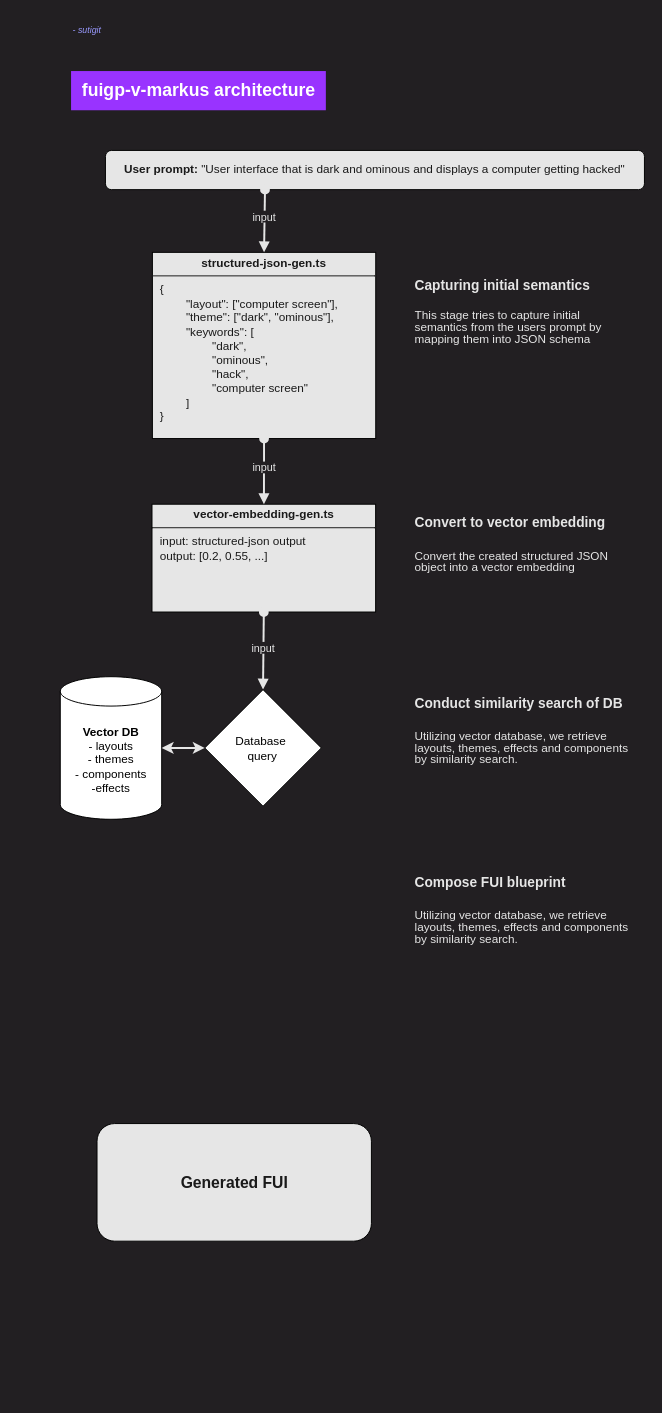
Before: fuigp-architectures/fuigp-v-markus.drawio in sutigit/gen-ai-fui-diagrams, a draw.io diagram. Source tidied: cells renumbered, new cells numbered last; positions are measured from the earlier drawing's top-left corner, leaving out a move shared by most shapes. Both pictures are drawn from the tidied source at 98%, with x=0, y=0 at pixel (60, 17).
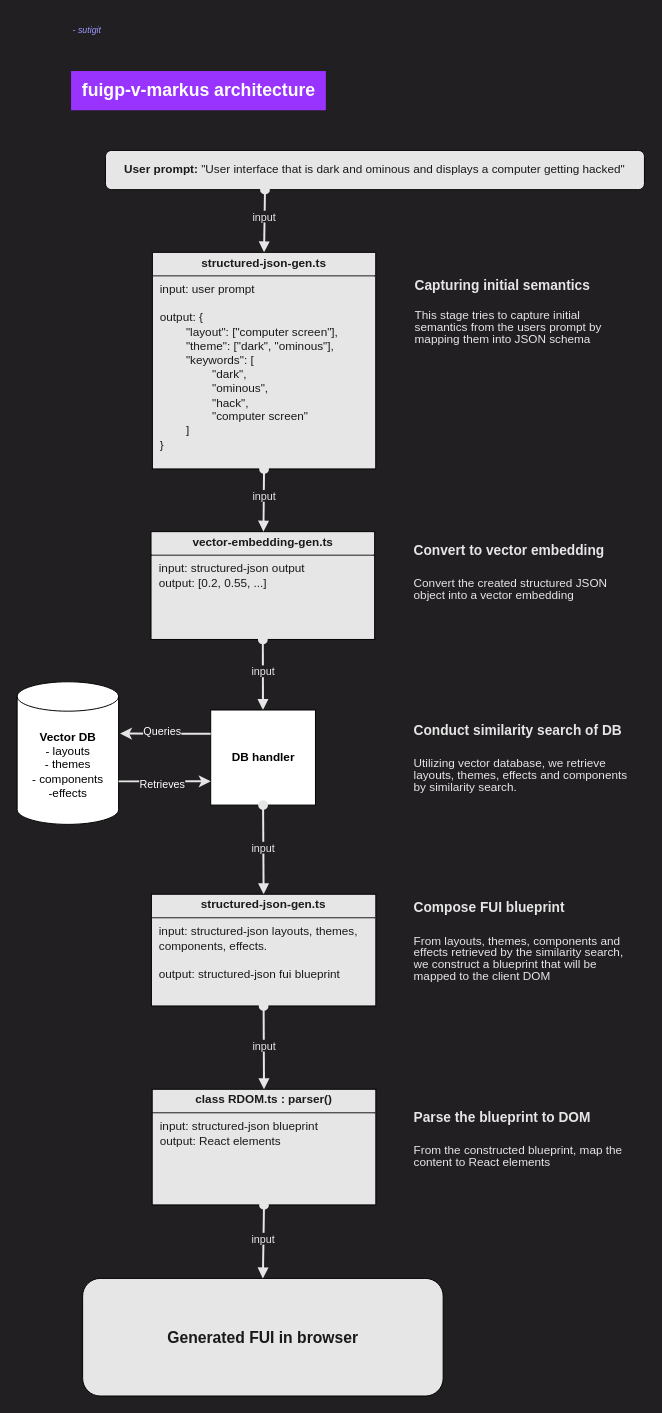
The same diagram, later.

Diff of the diagram source:
```diff
@@
     <mxCell id="2" value="&lt;b&gt;Vector DB&lt;/b&gt;&lt;div&gt;- layouts&lt;/div&gt;&lt;div&gt;- themes&lt;/div&gt;&lt;div&gt;- components&lt;/div&gt;&lt;div&gt;-effects&lt;/div&gt;" style="shape=cylinder3;whiteSpace=wrap;html=1;boundedLbl=1;backgroundOutline=1;size=15;" parent="1" vertex="1">
-      <mxGeometry y="673" width="103.5" height="145.5" as="geometry" />
+      <mxGeometry x="-44" y="678.2" width="103.5" height="145.5" as="geometry" />
     </mxCell>
@@
-    <mxCell id="4" value="&lt;font style=&quot;font-size: 16px;&quot;&gt;&lt;b&gt;Generated FUI&lt;/b&gt;&lt;/font&gt;" style="rounded=1;whiteSpace=wrap;html=1;fontSize=12;glass=0;strokeWidth=1;shadow=0;fillStyle=solid;fillColor=#E6E6E6;fontColor=#1A1A1A;" parent="1" vertex="1">
-      <mxGeometry x="37.5" y="1129" width="280" height="120" as="geometry" />
+    <mxCell id="4" value="&lt;font style=&quot;font-size: 16px;&quot;&gt;&lt;b&gt;Generated FUI in browser&lt;/b&gt;&lt;/font&gt;" style="rounded=1;whiteSpace=wrap;html=1;fontSize=12;glass=0;strokeWidth=1;shadow=0;fillStyle=solid;fillColor=#E6E6E6;fontColor=#1A1A1A;" parent="1" vertex="1">
+      <mxGeometry x="22.8" y="1287" width="367.9" height="120" as="geometry" />
     </mxCell>
@@
-    <mxCell id="7" value="&lt;p style=&quot;margin: 4px 0px 0px; text-align: center;&quot;&gt;&lt;b style=&quot;&quot;&gt;structured-json-gen.ts&lt;/b&gt;&lt;/p&gt;&lt;hr size=&quot;1&quot; style=&quot;border-style:solid;&quot;&gt;&lt;p style=&quot;margin:0px;margin-left:8px;&quot;&gt;{&lt;/p&gt;&lt;p style=&quot;margin:0px;margin-left:8px;&quot;&gt;&lt;span style=&quot;white-space: pre;&quot;&gt;&#9;&lt;/span&gt;&quot;layout&quot;: [&quot;computer screen&quot;],&lt;br&gt;&lt;/p&gt;&lt;p style=&quot;margin:0px;margin-left:8px;&quot;&gt;&lt;span style=&quot;white-space: pre;&quot;&gt;&#9;&lt;/span&gt;&quot;theme&quot;: [&quot;dark&quot;, &quot;ominous&quot;],&lt;br&gt;&lt;/p&gt;&lt;p style=&quot;margin:0px;margin-left:8px;&quot;&gt;&lt;span style=&quot;white-space: pre;&quot;&gt;&#9;&lt;/span&gt;&quot;keywords&quot;: [&lt;/p&gt;&lt;p style=&quot;margin:0px;margin-left:8px;&quot;&gt;&lt;span style=&quot;white-space: pre;&quot;&gt;&#9;&lt;/span&gt;&lt;span style=&quot;white-space: pre;&quot;&gt;&#9;&lt;/span&gt;&quot;dark&quot;,&amp;nbsp;&lt;/p&gt;&lt;p style=&quot;margin:0px;margin-left:8px;&quot;&gt;&lt;span style=&quot;white-space: pre;&quot;&gt;&#9;&lt;/span&gt;&lt;span style=&quot;white-space: pre;&quot;&gt;&#9;&lt;/span&gt;&quot;ominous&quot;,&lt;/p&gt;&lt;p style=&quot;margin:0px;margin-left:8px;&quot;&gt;&amp;nbsp; &lt;span style=&quot;white-space: pre;&quot;&gt;&#9;&lt;/span&gt;&lt;span style=&quot;white-space: pre;&quot;&gt;&#9;&lt;/span&gt;&quot;hack&quot;,&amp;nbsp;&lt;/p&gt;&lt;p style=&quot;margin:0px;margin-left:8px;&quot;&gt;&lt;span style=&quot;white-space: pre;&quot;&gt;&#9;&lt;/span&gt;&lt;span style=&quot;white-space: pre;&quot;&gt;&#9;&lt;/span&gt;&quot;computer screen&quot;&lt;/p&gt;&lt;p style=&quot;margin:0px;margin-left:8px;&quot;&gt;&lt;span style=&quot;white-space: pre;&quot;&gt;&#9;&lt;/span&gt;]&lt;br&gt;&lt;/p&gt;&lt;p style=&quot;margin:0px;margin-left:8px;&quot;&gt;}&lt;/p&gt;" style="verticalAlign=top;align=left;overflow=fill;html=1;whiteSpace=wrap;labelBackgroundColor=none;fontColor=#1A1A1A;spacing=2;spacingLeft=7;labelBorderColor=none;fillStyle=solid;fillColor=#E6E6E6;" parent="1" vertex="1">
-      <mxGeometry x="94" y="240" width="227.9" height="190" as="geometry" />
+    <mxCell id="7" value="&lt;p style=&quot;margin: 4px 0px 0px; text-align: center;&quot;&gt;&lt;b style=&quot;&quot;&gt;structured-json-gen.ts&lt;/b&gt;&lt;/p&gt;&lt;hr size=&quot;1&quot; style=&quot;border-style:solid;&quot;&gt;&lt;p style=&quot;margin:0px;margin-left:8px;&quot;&gt;input: user prompt&lt;br&gt;&lt;br&gt;&lt;/p&gt;&lt;p style=&quot;margin:0px;margin-left:8px;&quot;&gt;output: {&lt;/p&gt;&lt;p style=&quot;margin:0px;margin-left:8px;&quot;&gt;&lt;span style=&quot;white-space: pre;&quot;&gt;&#9;&lt;/span&gt;&quot;layout&quot;: [&quot;computer screen&quot;],&lt;br&gt;&lt;/p&gt;&lt;p style=&quot;margin:0px;margin-left:8px;&quot;&gt;&lt;span style=&quot;white-space: pre;&quot;&gt;&#9;&lt;/span&gt;&quot;theme&quot;: [&quot;dark&quot;, &quot;ominous&quot;],&lt;br&gt;&lt;/p&gt;&lt;p style=&quot;margin:0px;margin-left:8px;&quot;&gt;&lt;span style=&quot;white-space: pre;&quot;&gt;&#9;&lt;/span&gt;&quot;keywords&quot;: [&lt;/p&gt;&lt;p style=&quot;margin:0px;margin-left:8px;&quot;&gt;&lt;span style=&quot;white-space: pre;&quot;&gt;&#9;&lt;/span&gt;&lt;span style=&quot;white-space: pre;&quot;&gt;&#9;&lt;/span&gt;&quot;dark&quot;,&amp;nbsp;&lt;/p&gt;&lt;p style=&quot;margin:0px;margin-left:8px;&quot;&gt;&lt;span style=&quot;white-space: pre;&quot;&gt;&#9;&lt;/span&gt;&lt;span style=&quot;white-space: pre;&quot;&gt;&#9;&lt;/span&gt;&quot;ominous&quot;,&lt;/p&gt;&lt;p style=&quot;margin:0px;margin-left:8px;&quot;&gt;&amp;nbsp; &lt;span style=&quot;white-space: pre;&quot;&gt;&#9;&lt;/span&gt;&lt;span style=&quot;white-space: pre;&quot;&gt;&#9;&lt;/span&gt;&quot;hack&quot;,&amp;nbsp;&lt;/p&gt;&lt;p style=&quot;margin:0px;margin-left:8px;&quot;&gt;&lt;span style=&quot;white-space: pre;&quot;&gt;&#9;&lt;/span&gt;&lt;span style=&quot;white-space: pre;&quot;&gt;&#9;&lt;/span&gt;&quot;computer screen&quot;&lt;/p&gt;&lt;p style=&quot;margin:0px;margin-left:8px;&quot;&gt;&lt;span style=&quot;white-space: pre;&quot;&gt;&#9;&lt;/span&gt;]&lt;br&gt;&lt;/p&gt;&lt;p style=&quot;margin:0px;margin-left:8px;&quot;&gt;}&lt;/p&gt;" style="verticalAlign=top;align=left;overflow=fill;html=1;whiteSpace=wrap;labelBackgroundColor=none;fontColor=#1A1A1A;spacing=2;spacingLeft=7;labelBorderColor=none;fillStyle=solid;fillColor=#E6E6E6;" parent="1" vertex="1">
+      <mxGeometry x="94" y="240" width="227.9" height="221" as="geometry" />
     </mxCell>
@@
     <mxCell id="11" value="&lt;p style=&quot;margin: 4px 0px 0px; text-align: center;&quot;&gt;&lt;b style=&quot;&quot;&gt;vector-embedding-gen.ts&lt;/b&gt;&lt;/p&gt;&lt;hr size=&quot;1&quot; style=&quot;border-style:solid;&quot;&gt;&lt;p style=&quot;margin: 0px 0px 0px 8px;&quot;&gt;input: structured-json output&lt;/p&gt;&lt;p style=&quot;margin: 0px 0px 0px 8px;&quot;&gt;output: [0.2, 0.55, ...]&lt;/p&gt;" style="verticalAlign=top;align=left;overflow=fill;html=1;whiteSpace=wrap;labelBackgroundColor=none;fontColor=#1A1A1A;spacing=2;spacingLeft=7;labelBorderColor=none;fillStyle=solid;fillColor=#E6E6E6;" parent="1" vertex="1">
-      <mxGeometry x="93.6" y="497" width="228.2" height="110" as="geometry" />
+      <mxGeometry x="92.6" y="525" width="228.2" height="110" as="geometry" />
     </mxCell>
     <mxCell id="12" value="&lt;h1 style=&quot;margin-top: 0px; line-height: 100%;&quot;&gt;&lt;span style=&quot;font-size: 14px;&quot;&gt;Convert to vector embedding&lt;/span&gt;&lt;/h1&gt;&lt;p style=&quot;line-height: 100%;&quot;&gt;Convert the created structured JSON object into a vector embedding&amp;nbsp;&lt;/p&gt;" style="text;html=1;whiteSpace=wrap;overflow=hidden;rounded=0;fillColor=none;fontColor=#E6E6E6;labelBackgroundColor=none;spacing=12;fillStyle=solid;fontFamily=Helvetica;glass=0;shadow=0;strokeColor=none;" parent="1" vertex="1">
-      <mxGeometry x="350.1" y="484" width="231" height="110" as="geometry" />
+      <mxGeometry x="349.1" y="512" width="231" height="110" as="geometry" />
     </mxCell>
@@
     <mxCell id="14" value="&lt;h1 style=&quot;margin-top: 0px; line-height: 100%;&quot;&gt;&lt;span style=&quot;font-size: 14px;&quot;&gt;Conduct similarity search of DB&lt;/span&gt;&lt;/h1&gt;&lt;p style=&quot;line-height: 100%;&quot;&gt;Utilizing vector database, we retrieve layouts, themes, effects and components by similarity search.&lt;/p&gt;" style="text;html=1;whiteSpace=wrap;overflow=hidden;rounded=0;fillColor=none;fontColor=#E6E6E6;labelBackgroundColor=none;spacing=12;fillStyle=solid;fontFamily=Helvetica;glass=0;shadow=0;strokeColor=none;" parent="1" vertex="1">
-      <mxGeometry x="350.1" y="668" width="242.9" height="110" as="geometry" />
+      <mxGeometry x="349.1" y="696" width="242.9" height="110" as="geometry" />
     </mxCell>
-    <mxCell id="15" value="&lt;font style=&quot;background-color: rgb(34, 31, 34);&quot; color=&quot;#e6e6e6&quot;&gt;input&lt;/font&gt;" style="html=1;verticalAlign=bottom;startArrow=oval;startFill=1;endArrow=block;startSize=8;curved=0;rounded=0;strokeWidth=2;strokeColor=#E6E6E6;exitX=0.5;exitY=1;exitDx=0;exitDy=0;labelBackgroundColor=none;spacing=5;entryX=0.5;entryY=0;entryDx=0;entryDy=0;" parent="1" edge="1" source="11" target="16">
+    <mxCell id="15" value="&lt;font style=&quot;background-color: rgb(34, 31, 34);&quot; color=&quot;#e6e6e6&quot;&gt;input&lt;/font&gt;" style="html=1;verticalAlign=bottom;startArrow=oval;startFill=1;endArrow=block;startSize=8;curved=0;rounded=0;strokeWidth=2;strokeColor=#E6E6E6;exitX=0.5;exitY=1;exitDx=0;exitDy=0;labelBackgroundColor=none;spacing=5;" parent="1" edge="1" source="11" target="19">
       <mxGeometry x="0.24" relative="1" as="geometry" />
     </mxCell>
-    <mxCell id="16" value="Database&amp;nbsp;&lt;div&gt;query&lt;/div&gt;" style="rhombus;whiteSpace=wrap;html=1;" parent="1" vertex="1">
-      <mxGeometry x="147.4" y="686.2" width="119" height="119" as="geometry" />
-    </mxCell>
-    <mxCell id="17" style="endArrow=classic;startArrow=classic;html=1;rounded=0;exitX=0;exitY=0.5;exitDx=0;exitDy=0;entryX=1;entryY=0.5;entryDx=0;entryDy=0;entryPerimeter=0;strokeWidth=2;strokeColor=#E6E6E6;" parent="1" edge="1" source="16" target="2">
-      <mxGeometry relative="1" as="geometry" />
-    </mxCell>
-    <mxCell id="18" value="&lt;h1 style=&quot;margin-top: 0px; line-height: 100%;&quot;&gt;&lt;span style=&quot;font-size: 14px;&quot;&gt;Compose FUI blueprint&lt;/span&gt;&lt;/h1&gt;&lt;p style=&quot;line-height: 100%;&quot;&gt;Utilizing vector database, we retrieve layouts, themes, effects and components by similarity search.&lt;/p&gt;" style="text;html=1;whiteSpace=wrap;overflow=hidden;rounded=0;fillColor=none;fontColor=#E6E6E6;labelBackgroundColor=none;spacing=12;fillStyle=solid;fontFamily=Helvetica;glass=0;shadow=0;strokeColor=none;" parent="1" vertex="1">
-      <mxGeometry x="350.1" y="851" width="242.9" height="110" as="geometry" />
+    <mxCell id="18" value="&lt;h1 style=&quot;margin-top: 0px; line-height: 100%;&quot;&gt;&lt;span style=&quot;font-size: 14px;&quot;&gt;Compose FUI blueprint&lt;/span&gt;&lt;/h1&gt;&lt;p style=&quot;line-height: 100%;&quot;&gt;From layouts, themes, components and effects retrieved by the similarity search, we construct a blueprint that will be mapped to the client DOM&lt;/p&gt;" style="text;html=1;whiteSpace=wrap;overflow=hidden;rounded=0;fillColor=none;fontColor=#E6E6E6;labelBackgroundColor=none;spacing=12;fillStyle=solid;fontFamily=Helvetica;glass=0;shadow=0;strokeColor=none;" parent="1" vertex="1">
+      <mxGeometry x="349.1" y="877" width="242.9" height="144" as="geometry" />
     </mxCell>
+    <mxCell id="19" value="&lt;b&gt;DB handler&lt;/b&gt;" style="rounded=0;whiteSpace=wrap;html=1;" parent="1" vertex="1">
+      <mxGeometry x="153.5" y="707" width="106.9" height="97" as="geometry" />
+    </mxCell>
+    <mxCell id="20" style="edgeStyle=orthogonalEdgeStyle;rounded=0;jettySize=auto;html=1;exitX=0;exitY=0.25;exitDx=0;exitDy=0;entryX=1.014;entryY=0.363;entryDx=0;entryDy=0;entryPerimeter=0;strokeColor=#E6E6E6;strokeWidth=2;" parent="1" edge="1" source="19" target="2">
+      <mxGeometry relative="1" as="geometry" />
+    </mxCell>
+    <mxCell id="21" value="Queries" style="edgeLabel;html=1;align=center;verticalAlign=middle;fontColor=#FFFFFF;labelBackgroundColor=#221F22;spacing=7;" parent="20" vertex="1">
+      <mxGeometry x="0.08" y="-3" relative="1" as="geometry" />
+    </mxCell>
+    <mxCell id="22" style="edgeStyle=orthogonalEdgeStyle;rounded=0;jettySize=auto;html=1;strokeColor=#E6E6E6;strokeWidth=2;exitX=1;exitY=0;exitDx=0;exitDy=101.625;exitPerimeter=0;entryX=0;entryY=0.75;entryDx=0;entryDy=0;" parent="1" edge="1" source="2" target="19">
+      <mxGeometry relative="1" as="geometry" />
+    </mxCell>
+    <mxCell id="23" value="Retrieves" style="edgeLabel;html=1;align=center;verticalAlign=middle;labelBackgroundColor=#221F22;fontColor=#FFFFFF;" parent="22" vertex="1">
+      <mxGeometry x="-0.07" y="-3" relative="1" as="geometry" />
+    </mxCell>
+    <mxCell id="24" value="&lt;p style=&quot;margin: 4px 0px 0px; text-align: center;&quot;&gt;&lt;b style=&quot;&quot;&gt;class RDOM.ts : parser()&lt;/b&gt;&lt;/p&gt;&lt;hr size=&quot;1&quot; style=&quot;border-style:solid;&quot;&gt;&lt;p style=&quot;margin: 0px 0px 0px 8px;&quot;&gt;input: structured-json blueprint&lt;/p&gt;&lt;p style=&quot;margin: 0px 0px 0px 8px;&quot;&gt;output: React elements&lt;/p&gt;" style="verticalAlign=top;align=left;overflow=fill;html=1;whiteSpace=wrap;labelBackgroundColor=none;fontColor=#1A1A1A;spacing=2;spacingLeft=7;labelBorderColor=none;fillStyle=solid;fillColor=#E6E6E6;" parent="1" vertex="1">
+      <mxGeometry x="93.8" y="1094" width="228.2" height="118" as="geometry" />
+    </mxCell>
+    <mxCell id="25" value="&lt;font style=&quot;background-color: rgb(34, 31, 34);&quot; color=&quot;#e6e6e6&quot;&gt;input&lt;/font&gt;" style="html=1;verticalAlign=bottom;startArrow=oval;startFill=1;endArrow=block;startSize=8;curved=0;rounded=0;strokeWidth=2;strokeColor=#E6E6E6;exitX=0.5;exitY=1;exitDx=0;exitDy=0;labelBackgroundColor=none;spacing=5;entryX=0.5;entryY=0;entryDx=0;entryDy=0;" parent="1" edge="1" source="19" target="26">
+      <mxGeometry x="0.24" relative="1" as="geometry" />
+    </mxCell>
+    <mxCell id="26" value="&lt;p style=&quot;margin: 4px 0px 0px; text-align: center;&quot;&gt;&lt;b&gt;structured-json-gen.ts&lt;/b&gt;&lt;/p&gt;&lt;hr size=&quot;1&quot; style=&quot;border-style:solid;&quot;&gt;&lt;p style=&quot;margin: 0px 0px 0px 8px;&quot;&gt;input: structured-json layouts, themes, components, effects.&lt;/p&gt;&lt;p style=&quot;margin: 0px 0px 0px 8px;&quot;&gt;&lt;br&gt;&lt;/p&gt;&lt;p style=&quot;margin: 0px 0px 0px 8px;&quot;&gt;output: structured-json fui blueprint&lt;/p&gt;" style="verticalAlign=top;align=left;overflow=fill;html=1;whiteSpace=wrap;labelBackgroundColor=none;fontColor=#1A1A1A;spacing=2;spacingLeft=7;labelBorderColor=none;fillStyle=solid;fillColor=#E6E6E6;" parent="1" vertex="1">
+      <mxGeometry x="93" y="895" width="229" height="114" as="geometry" />
+    </mxCell>
+    <mxCell id="27" value="&lt;font style=&quot;background-color: rgb(34, 31, 34);&quot; color=&quot;#e6e6e6&quot;&gt;input&lt;/font&gt;" style="html=1;verticalAlign=bottom;startArrow=oval;startFill=1;endArrow=block;startSize=8;curved=0;rounded=0;strokeWidth=2;strokeColor=#E6E6E6;exitX=0.5;exitY=1;exitDx=0;exitDy=0;labelBackgroundColor=none;spacing=5;entryX=0.5;entryY=0;entryDx=0;entryDy=0;" parent="1" edge="1" source="26" target="24">
+      <mxGeometry x="0.24" relative="1" as="geometry" />
+    </mxCell>
+    <mxCell id="28" value="&lt;h1 style=&quot;margin-top: 0px; line-height: 100%;&quot;&gt;&lt;span style=&quot;font-size: 14px;&quot;&gt;Parse the blueprint to DOM&lt;/span&gt;&lt;/h1&gt;&lt;p style=&quot;line-height: 100%;&quot;&gt;From the constructed blueprint, map the content to React elements&lt;/p&gt;" style="text;html=1;whiteSpace=wrap;overflow=hidden;rounded=0;fillColor=none;fontColor=#E6E6E6;labelBackgroundColor=none;spacing=12;fillStyle=solid;fontFamily=Helvetica;glass=0;shadow=0;strokeColor=none;" parent="1" vertex="1">
+      <mxGeometry x="349.1" y="1091" width="242.9" height="119" as="geometry" />
+    </mxCell>
+    <mxCell id="29" value="&lt;font style=&quot;background-color: rgb(34, 31, 34);&quot; color=&quot;#e6e6e6&quot;&gt;input&lt;/font&gt;" style="html=1;verticalAlign=bottom;startArrow=oval;startFill=1;endArrow=block;startSize=8;curved=0;rounded=0;strokeWidth=2;strokeColor=#E6E6E6;exitX=0.5;exitY=1;exitDx=0;exitDy=0;labelBackgroundColor=none;spacing=5;entryX=0.5;entryY=0;entryDx=0;entryDy=0;" parent="1" edge="1" source="24" target="4">
+      <mxGeometry x="0.24" relative="1" as="geometry" />
+    </mxCell>
```
